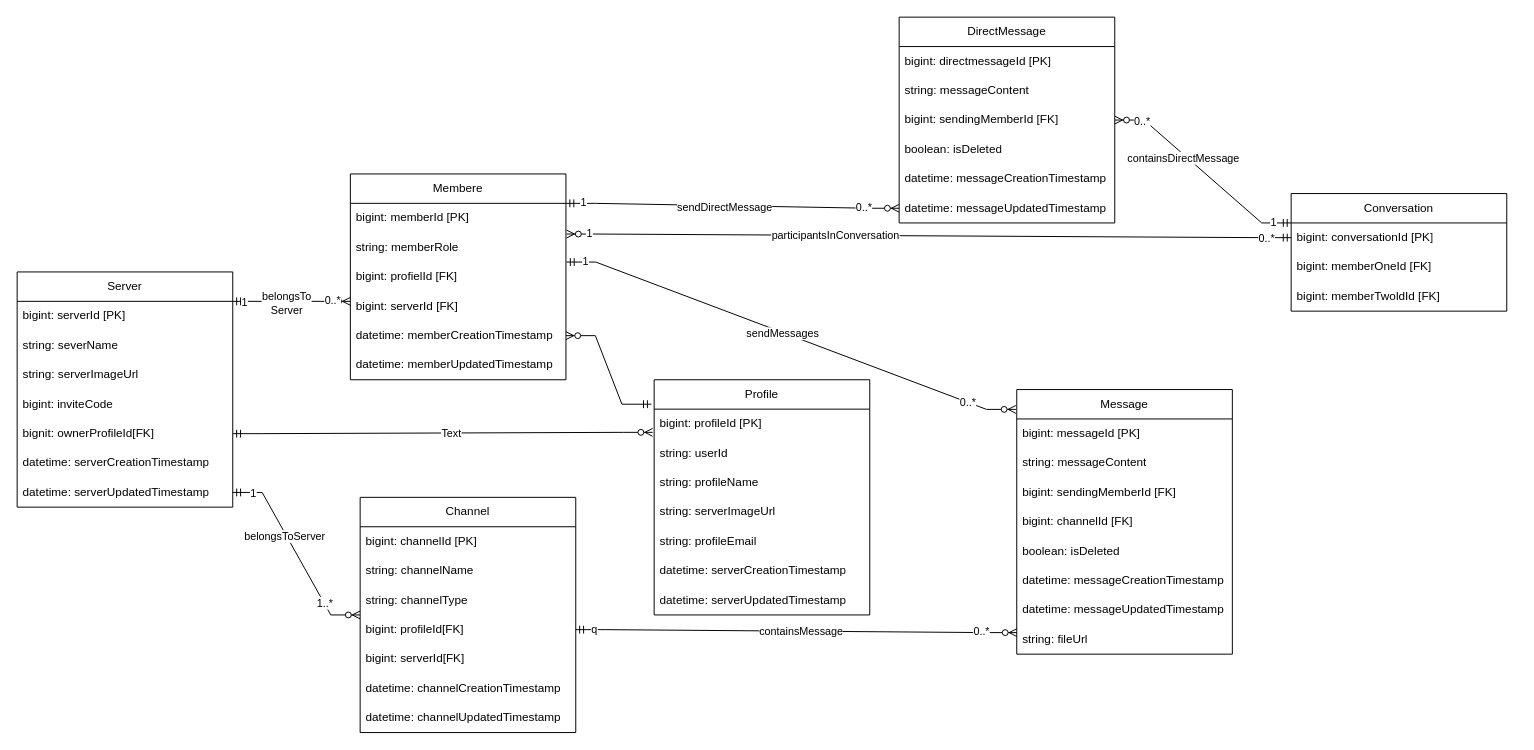
Above: ER Diagram.drawio in Harshul1484/BMP- (draw.io), before the change. Source tidied: cells renumbered, new cells numbered last; positions are measured from the earlier drawing's top-left corner, leaving out a move shared by most shapes. Both pictures are drawn from the tidied source at 98%, with x=0, y=0 at pixel (-150, 17).
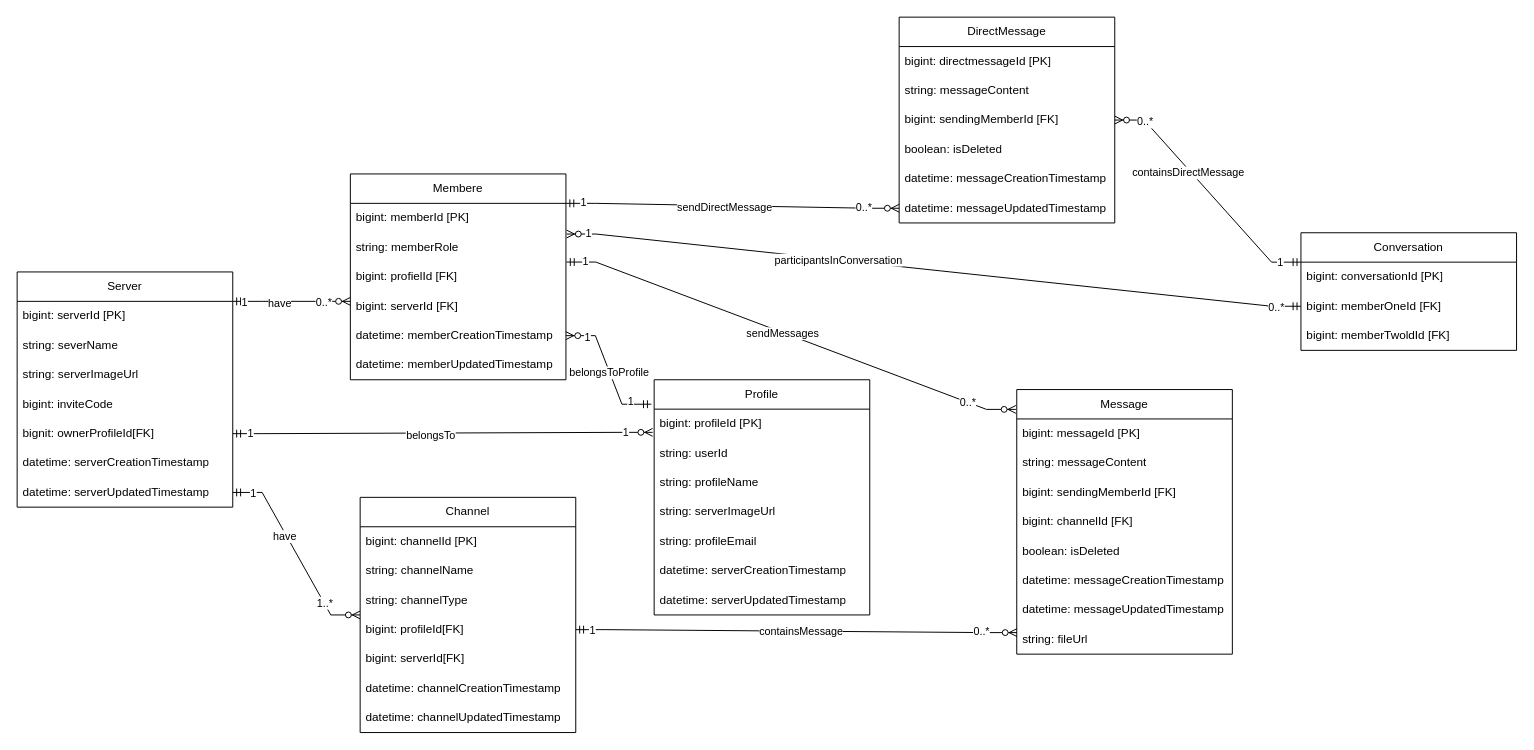
The same page after the edit.

The change refers to these unchanged cells:
```xml
<mxCell id="28" value="string: memberRole" style="text;strokeColor=none;fillColor=none;align=left;verticalAlign=middle;spacingLeft=4;spacingRight=4;overflow=hidden;points=[[0,0.5],[1,0.5]];portConstraint=eastwest;whiteSpace=wrap;html=1;" parent="26" vertex="1">
  <mxGeometry y="60" width="220" height="30" as="geometry" />
</mxCell>
<mxCell id="43" value="bigint: conversationId [PK]" style="text;strokeColor=none;fillColor=none;align=left;verticalAlign=middle;spacingLeft=4;spacingRight=4;overflow=hidden;points=[[0,0.5],[1,0.5]];portConstraint=eastwest;whiteSpace=wrap;html=1;" parent="42" vertex="1">
  <mxGeometry y="30" width="220" height="30" as="geometry" />
</mxCell>
<mxCell id="44" value="bigint: memberOneId [FK]" style="text;strokeColor=none;fillColor=none;align=left;verticalAlign=middle;spacingLeft=4;spacingRight=4;overflow=hidden;points=[[0,0.5],[1,0.5]];portConstraint=eastwest;whiteSpace=wrap;html=1;" parent="42" vertex="1">
  <mxGeometry y="60" width="220" height="30" as="geometry" />
</mxCell>
<mxCell id="46" style="edgeStyle=entityRelationEdgeStyle;fontSize=12;html=1;endArrow=ERzeroToMany;startArrow=ERmandOne;rounded=0;entryX=0.001;entryY=0.267;entryDx=0;entryDy=0;entryPerimeter=0;exitX=1;exitY=0.5;exitDx=0;exitDy=0;" parent="1" edge="1" source="22" target="41">
  <mxGeometry relative="1" as="geometry">
    <Array as="points">
      <mxPoint x="740" y="710" />
      <mxPoint x="750" y="750" />
    </Array>
  </mxGeometry>
</mxCell>
<mxCell id="50" style="edgeStyle=entityRelationEdgeStyle;fontSize=12;html=1;endArrow=ERzeroToMany;startArrow=ERmandOne;rounded=0;exitX=1;exitY=0.5;exitDx=0;exitDy=0;" parent="1" edge="1" source="9">
  <mxGeometry relative="1" as="geometry">
    <mxPoint x="520" y="610" as="targetPoint" />
    <Array as="points">
      <mxPoint x="420" y="520" />
      <mxPoint x="430" y="560" />
    </Array>
  </mxGeometry>
</mxCell>
<mxCell id="54" style="edgeStyle=entityRelationEdgeStyle;fontSize=12;html=1;endArrow=ERzeroToMany;startArrow=ERmandOne;rounded=0;" parent="1" edge="1">
  <mxGeometry relative="1" as="geometry">
    <mxPoint x="390" y="290" as="sourcePoint" />
    <mxPoint x="510" y="290" as="targetPoint" />
    <Array as="points">
      <mxPoint x="420" y="320" />
      <mxPoint x="460" y="190" />
      <mxPoint x="430" y="360" />
    </Array>
  </mxGeometry>
</mxCell>
<mxCell id="58" style="edgeStyle=entityRelationEdgeStyle;fontSize=12;html=1;endArrow=ERzeroToMany;startArrow=ERmandOne;rounded=0;entryX=-0.007;entryY=0.789;entryDx=0;entryDy=0;entryPerimeter=0;exitX=1;exitY=0.5;exitDx=0;exitDy=0;" parent="1" edge="1" source="7" target="11">
  <mxGeometry relative="1" as="geometry">
    <Array as="points">
      <mxPoint x="440" y="434" />
      <mxPoint x="420" y="454" />
      <mxPoint x="570" y="524" />
      <mxPoint x="570" y="524" />
      <mxPoint x="560" y="544" />
      <mxPoint x="430" y="494" />
    </Array>
  </mxGeometry>
</mxCell>
<mxCell id="64" style="edgeStyle=entityRelationEdgeStyle;fontSize=12;html=1;endArrow=ERzeroToMany;startArrow=ERmandOne;rounded=0;entryX=1;entryY=0.5;entryDx=0;entryDy=0;exitX=-0.013;exitY=0.104;exitDx=0;exitDy=0;exitPerimeter=0;" parent="1" edge="1" source="10" target="31">
  <mxGeometry relative="1" as="geometry">
    <Array as="points">
      <mxPoint x="660" y="380" />
      <mxPoint y="30" />
      <mxPoint x="670" y="420" />
    </Array>
  </mxGeometry>
</mxCell>
```

Change to the diagram source:
```diff
@@
     <mxCell id="42" value="Conversation" style="swimlane;fontStyle=0;horizontal=1;startSize=30;whiteSpace=wrap;html=1;" parent="1" vertex="1">
-      <mxGeometry x="1470" y="180" width="220" height="120" as="geometry" />
+      <mxGeometry x="1480" y="220" width="220" height="120" as="geometry" />
     </mxCell>
@@
-    <mxCell id="48" value="q" style="edgeLabel;html=1;align=center;verticalAlign=middle;" parent="46" vertex="1">
-      <mxGeometry x="-0.92" y="1" relative="1" as="geometry" />
-    </mxCell>
@@
+    <mxCell id="84" value="1" style="edgeLabel;html=1;align=center;verticalAlign=middle;" parent="46" vertex="1">
+      <mxGeometry x="-0.93" relative="1" as="geometry" />
+    </mxCell>
@@
-    <mxCell id="51" value="belongsToServer" style="edgeLabel;html=1;align=center;verticalAlign=middle;" parent="50" vertex="1">
+    <mxCell id="51" value="have" style="edgeLabel;html=1;align=center;verticalAlign=middle;" parent="50" vertex="1">
       <mxGeometry x="-0.21" y="-2" relative="1" as="geometry" />
     </mxCell>
@@
-    <mxCell id="55" value="belongsTo&lt;div&gt;Server&lt;/div&gt;" style="edgeLabel;html=1;align=center;verticalAlign=middle;" parent="54" vertex="1">
-      <mxGeometry x="-0.1" y="-1" relative="1" as="geometry" />
-    </mxCell>
@@
     <mxCell id="57" value="0..*" style="edgeLabel;html=1;align=center;verticalAlign=middle;" parent="54" vertex="1">
-      <mxGeometry x="0.69" y="2" relative="1" as="geometry" />
+      <mxGeometry x="0.54" relative="1" as="geometry" />
     </mxCell>
+    <mxCell id="85" value="have" style="edgeLabel;html=1;align=center;verticalAlign=middle;" parent="54" vertex="1">
+      <mxGeometry x="-0.22" y="-1" relative="1" as="geometry" />
+    </mxCell>
@@
-    <mxCell id="59" value="Text" style="edgeLabel;html=1;align=center;verticalAlign=middle;" parent="58" vertex="1">
-      <mxGeometry x="0.04" relative="1" as="geometry" />
-    </mxCell>
+    <mxCell id="86" value="1" style="edgeLabel;html=1;align=center;verticalAlign=middle;" parent="58" vertex="1">
+      <mxGeometry x="-0.92" y="1" relative="1" as="geometry" />
+    </mxCell>
+    <mxCell id="87" value="1" style="edgeLabel;html=1;align=center;verticalAlign=middle;" parent="58" vertex="1">
+      <mxGeometry x="0.87" relative="1" as="geometry" />
+    </mxCell>
+    <mxCell id="88" value="belongsTo" style="edgeLabel;html=1;align=center;verticalAlign=middle;" parent="58" vertex="1">
+      <mxGeometry x="-0.06" y="-2" relative="1" as="geometry" />
+    </mxCell>
@@
+    <mxCell id="89" value="belongsToProfile" style="edgeLabel;html=1;align=center;verticalAlign=middle;" parent="64" vertex="1">
+      <mxGeometry x="-0.04" y="1" relative="1" as="geometry" />
+    </mxCell>
+    <mxCell id="90" value="1" style="edgeLabel;html=1;align=center;verticalAlign=middle;" parent="64" vertex="1">
+      <mxGeometry x="0.69" y="1" relative="1" as="geometry" />
+    </mxCell>
+    <mxCell id="91" value="1" style="edgeLabel;html=1;align=center;verticalAlign=middle;" parent="64" vertex="1">
+      <mxGeometry x="-0.68" y="-3" relative="1" as="geometry" />
+    </mxCell>
-    <mxCell id="65" style="edgeStyle=entityRelationEdgeStyle;fontSize=12;html=1;endArrow=ERzeroToMany;startArrow=ERmandOne;rounded=0;exitX=0;exitY=0.5;exitDx=0;exitDy=0;entryX=1.003;entryY=0.044;entryDx=0;entryDy=0;entryPerimeter=0;" parent="1" edge="1" source="43" target="28">
+    <mxCell id="65" style="edgeStyle=entityRelationEdgeStyle;fontSize=12;html=1;endArrow=ERzeroToMany;startArrow=ERmandOne;rounded=0;exitX=0;exitY=0.5;exitDx=0;exitDy=0;entryX=1.003;entryY=0.044;entryDx=0;entryDy=0;entryPerimeter=0;" parent="1" edge="1" source="44" target="28">
       <mxGeometry relative="1" as="geometry">
         <Array as="points">
           <mxPoint x="730" y="305" />
           <mxPoint x="1090" y="290" />
           <mxPoint x="1280" y="290" />
           <mxPoint x="740" y="345" />
         </Array>
       </mxGeometry>
     </mxCell>
```
